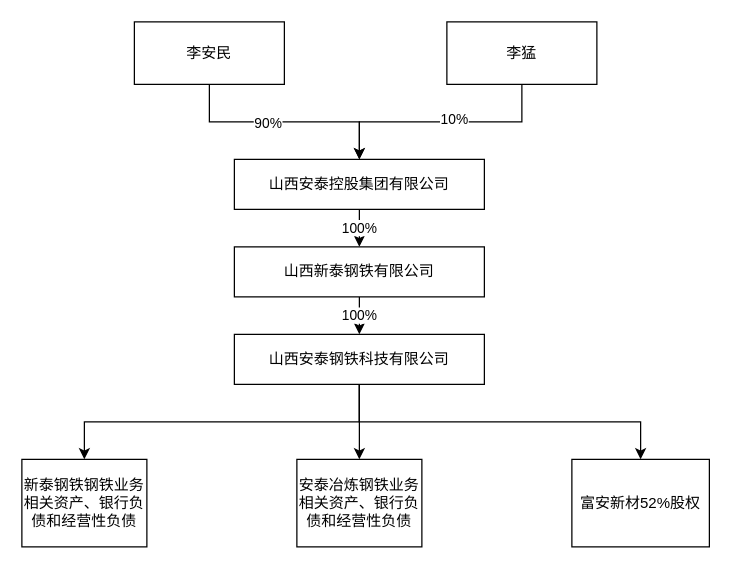
This is 最终资产控制情况.drawio from cherngzi/picbed, a draw.io file, before an edit. Source tidied: cells renumbered, new cells numbered last; positions are measured from the earlier drawing's top-left corner, leaving out a move shared by most shapes. Both pictures are drawn from the tidied source at 125%, with x=0, y=0 at pixel (21, 21).
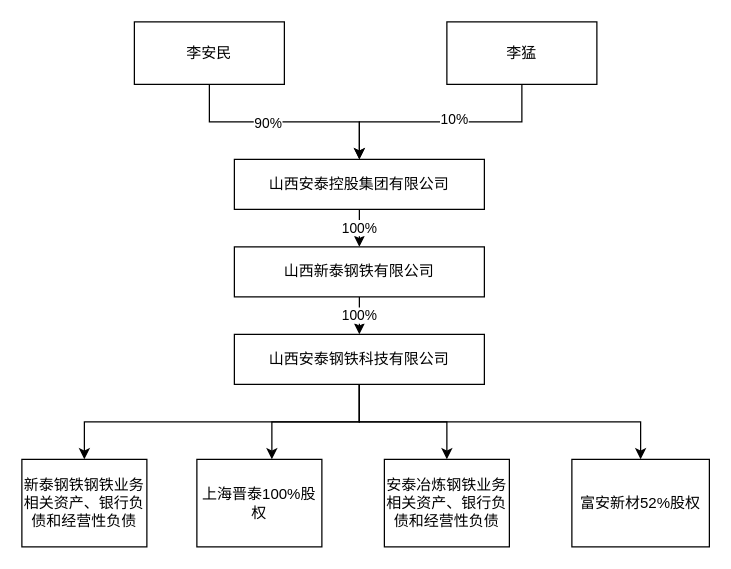
Above is the later version.

Commit message:
更新最终资产控制情况.drawio

The change refers to these unchanged cells:
```xml
<mxCell id="13" value="山西安泰钢铁科技有限公司" style="rounded=0;whiteSpace=wrap;html=1;" parent="1" vertex="1">
  <mxGeometry x="170" y="250" width="200" height="40" as="geometry" />
</mxCell>
```

The edit, as a diff of the source:
```diff
@@
+    <mxCell id="19" style="edgeStyle=orthogonalEdgeStyle;rounded=0;jettySize=auto;html=1;entryX=0.6;entryY=0;entryDx=0;entryDy=0;entryPerimeter=0;" parent="1" edge="1" source="13" target="20">
+      <mxGeometry relative="1" as="geometry" />
+    </mxCell>
@@
     <mxCell id="15" value="安泰冶炼钢铁业务相关资产、银行负债和经营性负债" style="rounded=0;whiteSpace=wrap;html=1;" parent="1" vertex="1">
-      <mxGeometry x="220" y="350" width="100" height="70" as="geometry" />
+      <mxGeometry x="290" y="350" width="100" height="70" as="geometry" />
     </mxCell>
@@
+    <mxCell id="20" value="上海晋泰100%股权" style="rounded=0;whiteSpace=wrap;html=1;" parent="1" vertex="1">
+      <mxGeometry x="140" y="350" width="100" height="70" as="geometry" />
+    </mxCell>
```
